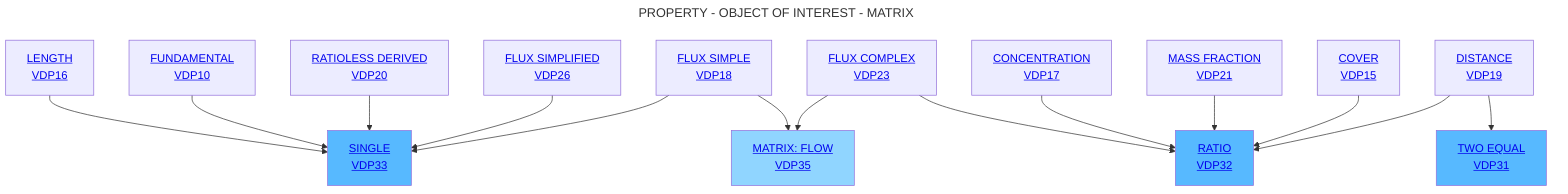
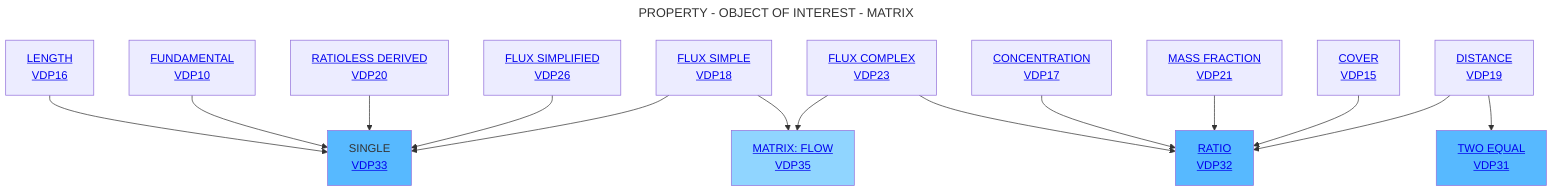
---
title: PROPERTY - OBJECT OF INTEREST - MATRIX
---
flowchart TD
-     A[<a href='https://github.com/mabablue/I-ADOPT-patterns-playground/blob/main/pattern/VDP16.yaml'>LENGTH <br> VDP16</a>] --> C[<a href='https://github.com/mabablue/I-ADOPT-patterns-playground/blob/main/pattern/VDP33.yaml'>SINGLE<br> VDP33</a>]:::satblue
+     A[<a href='https://github.com/mabablue/I-ADOPT-patterns-playground/blob/main/pattern/VDP16.yaml'>LENGTH <br> VDP16</a>] --> C[SINGLE<br><a href='https://github.com/mabablue/I-ADOPT-patterns-playground/blob/main/pattern/VDP33.yaml'> VDP33</a>]:::satblue
    B[<a href='https://github.com/mabablue/I-ADOPT-patterns-playground/blob/main/pattern/VDP10.yaml'>FUNDAMENTAL <br> VDP10</a>]  --> C
    D[<a href='https://github.com/mabablue/I-ADOPT-patterns-playground/blob/main/pattern/VDP20.yaml'>RATIOLESS DERIVED <br> VDP20</a>] --> C
    E[<a href='https://github.com/mabablue/I-ADOPT-patterns-playground/blob/main/pattern/VDP20.yaml'>FLUX SIMPLIFIED <br> VDP26</a>] --> C
    I[<a href='https://github.com/mabablue/I-ADOPT-patterns-playground/blob/main/pattern/VDP23.yaml'>FLUX COMPLEX <br> VDP23</a>] --> F
    M[<a href='https://github.com/mabablue/I-ADOPT-patterns-playground/blob/main/pattern/VDP17.yaml'>CONCENTRATION <br> VDP17</a>] --> F
    L[<a href='https://github.com/mabablue/I-ADOPT-patterns-playground/blob/main/pattern/VDP21.yaml'>MASS FRACTION <br> VDP21</a>] --> F[<a href='https://github.com/mabablue/I-ADOPT-patterns-playground/blob/main/pattern/VDP32.yaml'>RATIO <br> VDP32</a>]:::satblue
    Q[<a href='https://github.com/mabablue/I-ADOPT-patterns-playground/blob/main/pattern/VDP18.yaml'>FLUX SIMPLE <br> VDP18</a>] --> C
    P[<a href='https://github.com/mabablue/I-ADOPT-patterns-playground/blob/main/pattern/VDP15.yaml'>COVER <br> VDP15</a>] --> F
    Q --> K[<a href='https://github.com/mabablue/I-ADOPT-patterns-playground/blob/main/pattern/VDP35.yaml'>MATRIX: FLOW <br> VDP35</a>]:::blue
    G[<a href='https://github.com/mabablue/I-ADOPT-patterns-playground/blob/main/pattern/VDP19.yaml'>DISTANCE <br> VDP19</a>] --> F
    G --> R[<a href='https://github.com/mabablue/I-ADOPT-patterns-playground/blob/main/pattern/VDP31.yaml'>TWO EQUAL <br> VDP31</a>]:::satblue
    I --> K

   classDef blue fill:#90D5FF
   classDef satblue fill:#57B9FF
